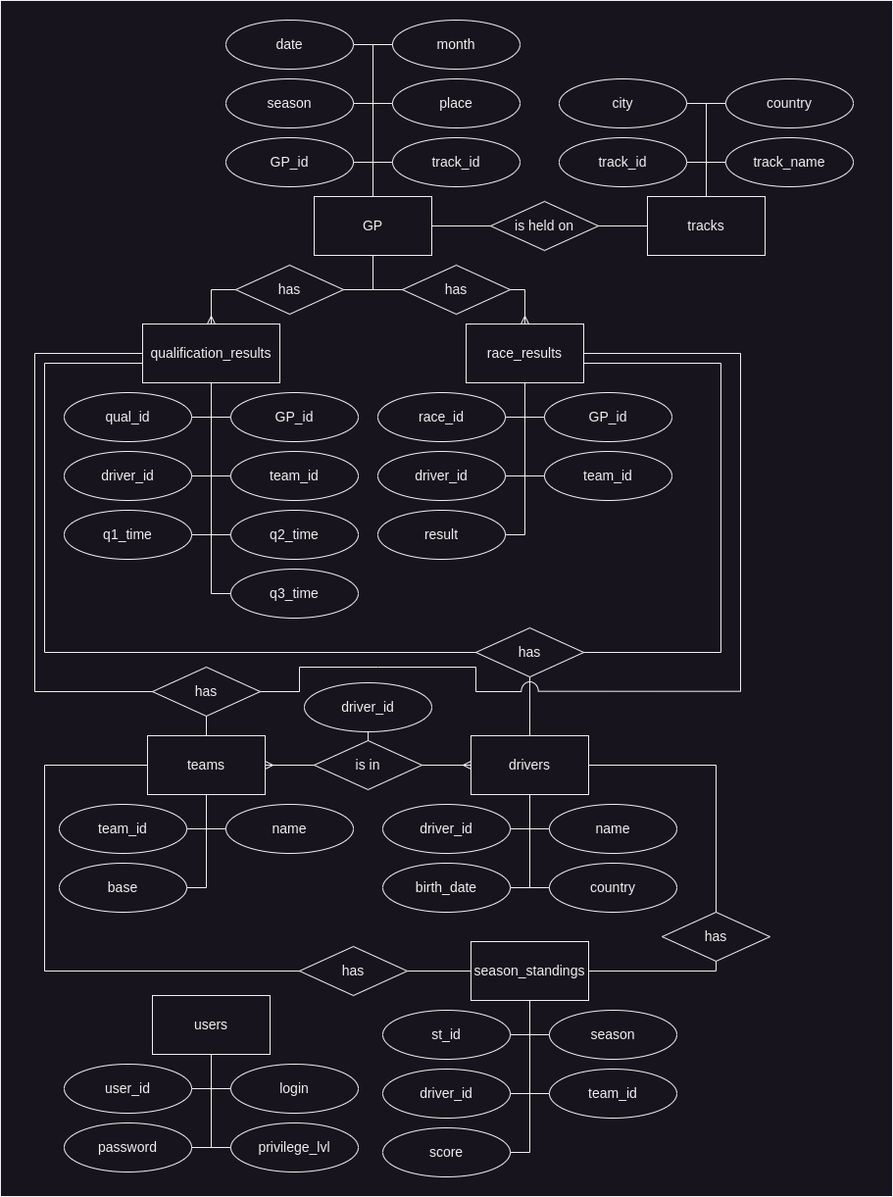
Above: img/ER_new.png in Jarozin/WEB_BMSTU (draw.io), before the change. Source tidied: cells renumbered, new cells last; positions are measured from the earlier drawing's top-left corner, leaving out a move shared by most shapes.
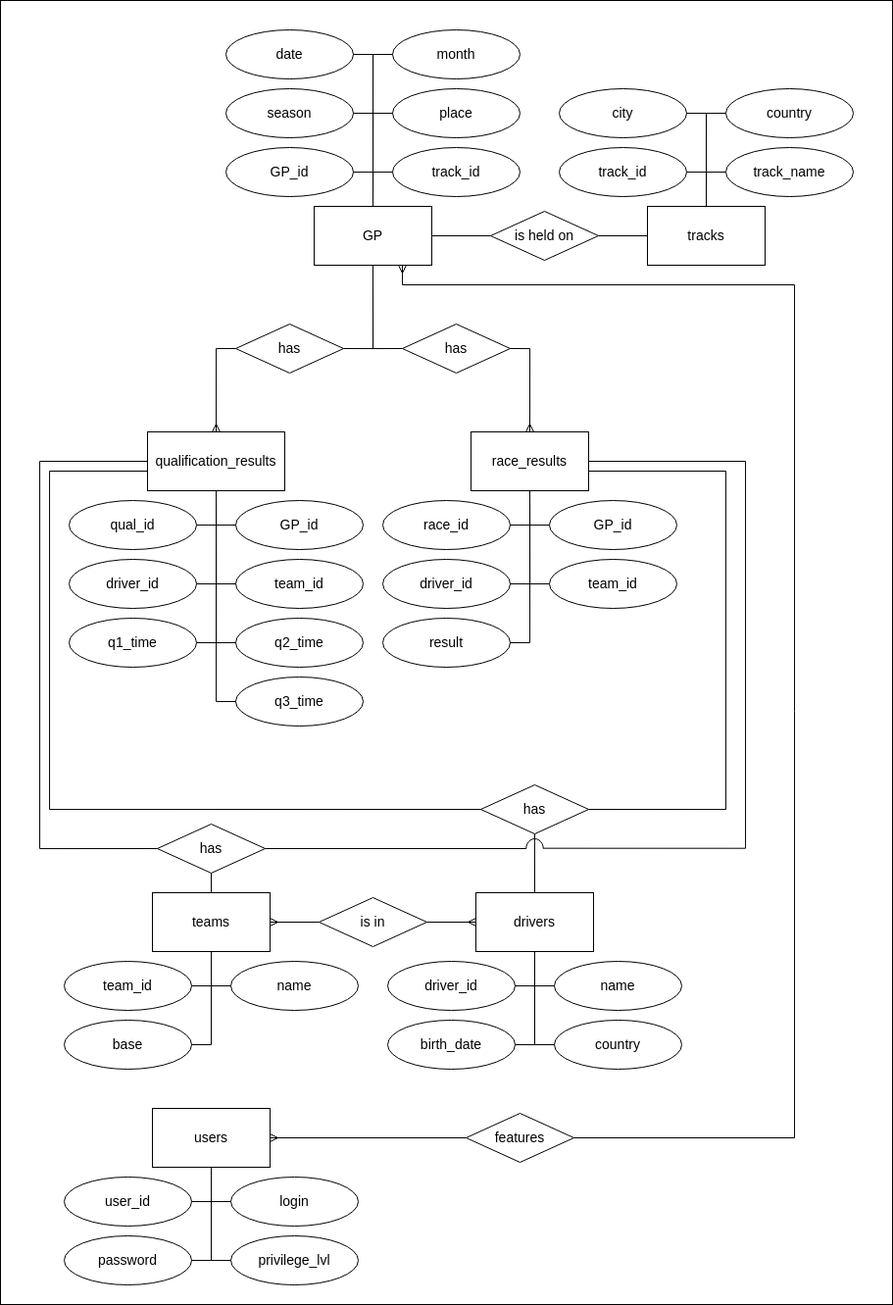
The same file after the commit.

The edit, as a diff of the source:
```diff
@@ -3,31 +3,31 @@
     <mxCell id="0" />
     <mxCell id="1" parent="0" />
     <mxCell id="2" style="rounded=0;whiteSpace=wrap;html=1;" parent="1" vertex="1">
-      <mxGeometry width="910" height="1220" as="geometry" />
+      <mxGeometry x="-5" y="-110" width="910" height="1330" as="geometry" />
     </mxCell>
     <mxCell id="3" style="verticalLabelPosition=bottom;verticalAlign=top;html=1;shape=mxgraph.basic.arc;startAngle=0.7467523907558127;endAngle=0.25;fontSize=14;" parent="1" vertex="1">
-      <mxGeometry x="531.2" y="695" width="17.5" height="20" as="geometry" />
+      <mxGeometry x="531.2" y="745" width="17.5" height="20" as="geometry" />
     </mxCell>
     <mxCell id="4" value="GP" style="rounded=0;whiteSpace=wrap;html=1;fontSize=14;" parent="1" vertex="1">
-      <mxGeometry x="320" y="200" width="120" height="60" as="geometry" />
+      <mxGeometry x="315" y="100" width="120" height="60" as="geometry" />
     </mxCell>
     <mxCell id="5" value="GP_id" style="ellipse;whiteSpace=wrap;html=1;fontSize=14;" parent="1" vertex="1">
-      <mxGeometry x="230" y="140" width="130" height="50" as="geometry" />
+      <mxGeometry x="225" y="40" width="130" height="50" as="geometry" />
     </mxCell>
     <mxCell id="6" value="season" style="ellipse;whiteSpace=wrap;html=1;fontSize=14;" parent="1" vertex="1">
-      <mxGeometry x="230" y="80" width="130" height="50" as="geometry" />
+      <mxGeometry x="225" y="-20" width="130" height="50" as="geometry" />
     </mxCell>
     <mxCell id="7" value="date" style="ellipse;whiteSpace=wrap;html=1;fontSize=14;" parent="1" vertex="1">
-      <mxGeometry x="230" y="20" width="130" height="50" as="geometry" />
+      <mxGeometry x="225" y="-80" width="130" height="50" as="geometry" />
     </mxCell>
     <mxCell id="8" value="month" style="ellipse;whiteSpace=wrap;html=1;fontSize=14;" parent="1" vertex="1">
-      <mxGeometry x="400" y="20" width="130" height="50" as="geometry" />
+      <mxGeometry x="395" y="-80" width="130" height="50" as="geometry" />
     </mxCell>
     <mxCell id="9" value="place" style="ellipse;whiteSpace=wrap;html=1;fontSize=14;" parent="1" vertex="1">
-      <mxGeometry x="400" y="80" width="130" height="50" as="geometry" />
+      <mxGeometry x="395" y="-20" width="130" height="50" as="geometry" />
     </mxCell>
     <mxCell id="10" value="track_id" style="ellipse;whiteSpace=wrap;html=1;fontSize=14;" parent="1" vertex="1">
-      <mxGeometry x="400" y="140" width="130" height="50" as="geometry" />
+      <mxGeometry x="395" y="40" width="130" height="50" as="geometry" />
     </mxCell>
     <mxCell id="11" style="endArrow=none;html=1;rounded=0;fontSize=14;entryX=1;entryY=0.5;entryDx=0;entryDy=0;exitX=0.5;exitY=0;exitDx=0;exitDy=0;edgeStyle=orthogonalEdgeStyle;" parent="1" edge="1" source="4" target="7">
       <mxGeometry relative="1" as="geometry" />
@@ -126,10 +126,10 @@
       <mxGeometry relative="1" as="geometry" />
     </mxCell>
     <mxCell id="43" value="has" style="rhombus;whiteSpace=wrap;html=1;fontSize=14;" parent="1" vertex="1">
-      <mxGeometry x="240" y="270" width="110" height="50" as="geometry" />
+      <mxGeometry x="235" y="220" width="110" height="50" as="geometry" />
     </mxCell>
     <mxCell id="44" value="has" style="rhombus;whiteSpace=wrap;html=1;fontSize=14;" parent="1" vertex="1">
-      <mxGeometry x="410" y="270" width="110" height="50" as="geometry" />
+      <mxGeometry x="405" y="220" width="110" height="50" as="geometry" />
     </mxCell>
     <mxCell id="45" style="edgeStyle=orthogonalEdgeStyle;fontSize=12;html=1;endArrow=ERmany;rounded=0;exitX=0;exitY=0.5;exitDx=0;exitDy=0;entryX=0.5;entryY=0;entryDx=0;entryDy=0;" parent="1" edge="1" source="43" target="17">
       <mxGeometry relative="1" as="geometry" />
@@ -144,19 +144,19 @@
       <mxGeometry relative="1" as="geometry" />
     </mxCell>
     <mxCell id="49" value="tracks" style="rounded=0;whiteSpace=wrap;html=1;fontSize=14;" parent="1" vertex="1">
-      <mxGeometry x="660" y="200" width="120" height="60" as="geometry" />
+      <mxGeometry x="655" y="100" width="120" height="60" as="geometry" />
     </mxCell>
     <mxCell id="50" value="track_id" style="ellipse;whiteSpace=wrap;html=1;fontSize=14;" parent="1" vertex="1">
-      <mxGeometry x="570" y="140" width="130" height="50" as="geometry" />
+      <mxGeometry x="565" y="40" width="130" height="50" as="geometry" />
     </mxCell>
     <mxCell id="51" value="city" style="ellipse;whiteSpace=wrap;html=1;fontSize=14;" parent="1" vertex="1">
-      <mxGeometry x="570" y="80" width="130" height="50" as="geometry" />
+      <mxGeometry x="565" y="-20" width="130" height="50" as="geometry" />
     </mxCell>
     <mxCell id="52" value="country" style="ellipse;whiteSpace=wrap;html=1;fontSize=14;" parent="1" vertex="1">
-      <mxGeometry x="740" y="80" width="130" height="50" as="geometry" />
+      <mxGeometry x="735" y="-20" width="130" height="50" as="geometry" />
     </mxCell>
     <mxCell id="53" value="track_name" style="ellipse;whiteSpace=wrap;html=1;fontSize=14;" parent="1" vertex="1">
-      <mxGeometry x="740" y="140" width="130" height="50" as="geometry" />
+      <mxGeometry x="735" y="40" width="130" height="50" as="geometry" />
     </mxCell>
     <mxCell id="54" style="endArrow=none;html=1;rounded=0;fontSize=14;entryX=0;entryY=0.5;entryDx=0;entryDy=0;exitX=0.5;exitY=0;exitDx=0;exitDy=0;edgeStyle=orthogonalEdgeStyle;" parent="1" edge="1" source="49" target="52">
       <mxGeometry relative="1" as="geometry" />
@@ -171,7 +171,7 @@
       <mxGeometry relative="1" as="geometry" />
     </mxCell>
     <mxCell id="58" value="is held on" style="rhombus;whiteSpace=wrap;html=1;fontSize=14;" parent="1" vertex="1">
-      <mxGeometry x="500" y="205" width="110" height="50" as="geometry" />
+      <mxGeometry x="495" y="105" width="110" height="50" as="geometry" />
     </mxCell>
     <mxCell id="59" style="endArrow=none;html=1;rounded=0;fontSize=14;entryX=0;entryY=0.5;entryDx=0;entryDy=0;exitX=1;exitY=0.5;exitDx=0;exitDy=0;edgeStyle=orthogonalEdgeStyle;" parent="1" edge="1" source="4" target="58">
       <mxGeometry relative="1" as="geometry" />
@@ -180,19 +180,19 @@
       <mxGeometry relative="1" as="geometry" />
     </mxCell>
     <mxCell id="61" value="drivers" style="rounded=0;whiteSpace=wrap;html=1;fontSize=14;" parent="1" vertex="1">
-      <mxGeometry x="480" y="750" width="120" height="60" as="geometry" />
+      <mxGeometry x="480" y="800" width="120" height="60" as="geometry" />
     </mxCell>
     <mxCell id="62" value="birth_date" style="ellipse;whiteSpace=wrap;html=1;fontSize=14;" parent="1" vertex="1">
-      <mxGeometry x="390" y="880" width="130" height="50" as="geometry" />
+      <mxGeometry x="390" y="930" width="130" height="50" as="geometry" />
     </mxCell>
     <mxCell id="63" value="driver_id" style="ellipse;whiteSpace=wrap;html=1;fontSize=14;" parent="1" vertex="1">
-      <mxGeometry x="390" y="820" width="130" height="50" as="geometry" />
+      <mxGeometry x="390" y="870" width="130" height="50" as="geometry" />
     </mxCell>
     <mxCell id="64" value="name" style="ellipse;whiteSpace=wrap;html=1;fontSize=14;" parent="1" vertex="1">
-      <mxGeometry x="560" y="820" width="130" height="50" as="geometry" />
+      <mxGeometry x="560" y="870" width="130" height="50" as="geometry" />
     </mxCell>
     <mxCell id="65" value="country" style="ellipse;whiteSpace=wrap;html=1;fontSize=14;" parent="1" vertex="1">
-      <mxGeometry x="560" y="880" width="130" height="50" as="geometry" />
+      <mxGeometry x="560" y="930" width="130" height="50" as="geometry" />
     </mxCell>
     <mxCell id="66" style="endArrow=none;html=1;rounded=0;fontSize=14;entryX=1;entryY=0.5;entryDx=0;entryDy=0;exitX=0.5;exitY=1;exitDx=0;exitDy=0;edgeStyle=orthogonalEdgeStyle;" parent="1" edge="1" source="61" target="63">
       <mxGeometry relative="1" as="geometry" />
@@ -207,16 +207,16 @@
       <mxGeometry relative="1" as="geometry" />
     </mxCell>
     <mxCell id="70" value="teams" style="rounded=0;whiteSpace=wrap;html=1;fontSize=14;" parent="1" vertex="1">
-      <mxGeometry x="150" y="750" width="120" height="60" as="geometry" />
+      <mxGeometry x="150" y="800" width="120" height="60" as="geometry" />
     </mxCell>
     <mxCell id="71" value="base" style="ellipse;whiteSpace=wrap;html=1;fontSize=14;" parent="1" vertex="1">
-      <mxGeometry x="60" y="880" width="130" height="50" as="geometry" />
+      <mxGeometry x="60" y="930" width="130" height="50" as="geometry" />
     </mxCell>
     <mxCell id="72" value="team_id" style="ellipse;whiteSpace=wrap;html=1;fontSize=14;" parent="1" vertex="1">
-      <mxGeometry x="60" y="820" width="130" height="50" as="geometry" />
+      <mxGeometry x="60" y="870" width="130" height="50" as="geometry" />
     </mxCell>
     <mxCell id="73" value="name" style="ellipse;whiteSpace=wrap;html=1;fontSize=14;" parent="1" vertex="1">
-      <mxGeometry x="230" y="820" width="130" height="50" as="geometry" />
+      <mxGeometry x="230" y="870" width="130" height="50" as="geometry" />
     </mxCell>
     <mxCell id="74" style="endArrow=none;html=1;rounded=0;fontSize=14;entryX=1;entryY=0.5;entryDx=0;entryDy=0;exitX=0.5;exitY=1;exitDx=0;exitDy=0;edgeStyle=orthogonalEdgeStyle;" parent="1" edge="1" source="70" target="72">
       <mxGeometry relative="1" as="geometry" />
@@ -228,7 +228,7 @@
       <mxGeometry relative="1" as="geometry" />
     </mxCell>
     <mxCell id="77" value="is in" style="rhombus;whiteSpace=wrap;html=1;fontSize=14;" parent="1" vertex="1">
-      <mxGeometry x="320" y="755" width="110" height="50" as="geometry" />
+      <mxGeometry x="320" y="805" width="110" height="50" as="geometry" />
     </mxCell>
     <mxCell id="78" style="edgeStyle=orthogonalEdgeStyle;fontSize=12;html=1;endArrow=ERmany;rounded=0;exitX=0;exitY=0.5;exitDx=0;exitDy=0;entryX=1;entryY=0.5;entryDx=0;entryDy=0;" parent="1" edge="1" source="77" target="70">
       <mxGeometry relative="1" as="geometry" />
@@ -237,10 +237,10 @@
       <mxGeometry relative="1" as="geometry" />
     </mxCell>
     <mxCell id="80" value="has" style="rhombus;whiteSpace=wrap;html=1;fontSize=14;" parent="1" vertex="1">
-      <mxGeometry x="155" y="680" width="110" height="50" as="geometry" />
+      <mxGeometry x="155" y="730" width="110" height="50" as="geometry" />
     </mxCell>
     <mxCell id="81" value="has" style="rhombus;whiteSpace=wrap;html=1;fontSize=14;" parent="1" vertex="1">
-      <mxGeometry x="485" y="640" width="110" height="50" as="geometry" />
+      <mxGeometry x="485" y="690" width="110" height="50" as="geometry" />
     </mxCell>
     <mxCell id="82" style="endArrow=none;html=1;rounded=0;fontSize=14;entryX=0.5;entryY=0;entryDx=0;entryDy=0;exitX=0.5;exitY=1;exitDx=0;exitDy=0;edgeStyle=orthogonalEdgeStyle;" parent="1" edge="1" source="80" target="70">
       <mxGeometry relative="1" as="geometry" />
@@ -251,7 +251,7 @@
     <mxCell id="84" style="endArrow=none;html=1;rounded=0;fontSize=14;entryX=0;entryY=0.5;entryDx=0;entryDy=0;exitX=0;exitY=0.5;exitDx=0;exitDy=0;edgeStyle=orthogonalEdgeStyle;" parent="1" edge="1" source="80" target="17">
       <mxGeometry relative="1" as="geometry">
         <Array as="points">
-          <mxPoint x="35" y="705" />
+          <mxPoint x="35" y="755" />
           <mxPoint x="35" y="360" />
         </Array>
       </mxGeometry>
@@ -259,7 +259,7 @@
     <mxCell id="85" style="endArrow=none;html=1;rounded=0;fontSize=14;entryX=0;entryY=0.75;entryDx=0;entryDy=0;exitX=0;exitY=0.5;exitDx=0;exitDy=0;edgeStyle=orthogonalEdgeStyle;" parent="1" edge="1" source="81" target="17">
       <mxGeometry relative="1" as="geometry">
         <Array as="points">
-          <mxPoint x="45" y="665" />
+          <mxPoint x="45" y="715" />
           <mxPoint x="45" y="370" />
           <mxPoint x="145" y="370" />
         </Array>
@@ -270,7 +270,7 @@
         <Array as="points">
           <mxPoint x="595" y="370" />
           <mxPoint x="735" y="370" />
-          <mxPoint x="735" y="665" />
+          <mxPoint x="735" y="715" />
         </Array>
       </mxGeometry>
     </mxCell>
@@ -278,38 +278,30 @@
       <mxGeometry relative="1" as="geometry" />
     </mxCell>
     <mxCell id="88" style="endArrow=none;html=1;rounded=0;fontSize=14;exitX=1;exitY=0.5;exitDx=0;exitDy=0;" parent="1" edge="1" source="80" target="3">
-      <mxGeometry relative="1" as="geometry">
-        <Array as="points">
-          <mxPoint x="305" y="705" />
-          <mxPoint x="305" y="680" />
-          <mxPoint x="385" y="680" />
-          <mxPoint x="485" y="680" />
-          <mxPoint x="485" y="705" />
-        </Array>
-      </mxGeometry>
+      <mxGeometry relative="1" as="geometry" />
     </mxCell>
     <mxCell id="89" style="endArrow=none;html=1;rounded=0;fontSize=14;exitX=1;exitY=0.5;exitDx=0;exitDy=0;edgeStyle=orthogonalEdgeStyle;entryX=0.998;entryY=0.483;entryDx=0;entryDy=0;entryPerimeter=0;" parent="1" edge="1" source="32" target="3">
       <mxGeometry relative="1" as="geometry">
         <Array as="points">
           <mxPoint x="755" y="360" />
-          <mxPoint x="755" y="705" />
+          <mxPoint x="755" y="755" />
         </Array>
       </mxGeometry>
     </mxCell>
     <mxCell id="90" value="users" style="rounded=0;whiteSpace=wrap;html=1;fontSize=14;" parent="1" vertex="1">
-      <mxGeometry x="155" y="1015" width="120" height="60" as="geometry" />
+      <mxGeometry x="150" y="1020" width="120" height="60" as="geometry" />
     </mxCell>
     <mxCell id="91" value="password" style="ellipse;whiteSpace=wrap;html=1;fontSize=14;" parent="1" vertex="1">
-      <mxGeometry x="65" y="1145" width="130" height="50" as="geometry" />
+      <mxGeometry x="60" y="1150" width="130" height="50" as="geometry" />
     </mxCell>
     <mxCell id="92" value="user_id" style="ellipse;whiteSpace=wrap;html=1;fontSize=14;" parent="1" vertex="1">
-      <mxGeometry x="65" y="1085" width="130" height="50" as="geometry" />
+      <mxGeometry x="60" y="1090" width="130" height="50" as="geometry" />
     </mxCell>
     <mxCell id="93" value="login" style="ellipse;whiteSpace=wrap;html=1;fontSize=14;" parent="1" vertex="1">
-      <mxGeometry x="235" y="1085" width="130" height="50" as="geometry" />
+      <mxGeometry x="230" y="1090" width="130" height="50" as="geometry" />
     </mxCell>
     <mxCell id="94" value="privilege_lvl" style="ellipse;whiteSpace=wrap;html=1;fontSize=14;" parent="1" vertex="1">
-      <mxGeometry x="235" y="1145" width="130" height="50" as="geometry" />
+      <mxGeometry x="230" y="1150" width="130" height="50" as="geometry" />
     </mxCell>
     <mxCell id="95" style="endArrow=none;html=1;rounded=0;fontSize=14;entryX=1;entryY=0.5;entryDx=0;entryDy=0;exitX=0.5;exitY=1;exitDx=0;exitDy=0;edgeStyle=orthogonalEdgeStyle;" parent="1" edge="1" source="90" target="92">
       <mxGeometry relative="1" as="geometry" />
@@ -323,67 +315,20 @@
     <mxCell id="98" style="endArrow=none;html=1;rounded=0;fontSize=14;entryX=1;entryY=0.5;entryDx=0;entryDy=0;exitX=0.5;exitY=1;exitDx=0;exitDy=0;edgeStyle=orthogonalEdgeStyle;" parent="1" edge="1" source="90" target="91">
       <mxGeometry relative="1" as="geometry" />
     </mxCell>
-    <mxCell id="99" value="season_standings" style="rounded=0;whiteSpace=wrap;html=1;fontSize=14;" parent="1" vertex="1">
-      <mxGeometry x="480" y="960" width="120" height="60" as="geometry" />
-    </mxCell>
-    <mxCell id="100" value="driver_id" style="ellipse;whiteSpace=wrap;html=1;fontSize=14;" parent="1" vertex="1">
-      <mxGeometry x="390" y="1090" width="130" height="50" as="geometry" />
-    </mxCell>
-    <mxCell id="101" value="st_id" style="ellipse;whiteSpace=wrap;html=1;fontSize=14;" parent="1" vertex="1">
-      <mxGeometry x="390" y="1030" width="130" height="50" as="geometry" />
-    </mxCell>
-    <mxCell id="102" value="season" style="ellipse;whiteSpace=wrap;html=1;fontSize=14;" parent="1" vertex="1">
-      <mxGeometry x="560" y="1030" width="130" height="50" as="geometry" />
-    </mxCell>
-    <mxCell id="103" value="team_id" style="ellipse;whiteSpace=wrap;html=1;fontSize=14;" parent="1" vertex="1">
-      <mxGeometry x="560" y="1090" width="130" height="50" as="geometry" />
-    </mxCell>
-    <mxCell id="104" style="endArrow=none;html=1;rounded=0;fontSize=14;entryX=1;entryY=0.5;entryDx=0;entryDy=0;exitX=0.5;exitY=1;exitDx=0;exitDy=0;edgeStyle=orthogonalEdgeStyle;" parent="1" edge="1" source="99" target="101">
-      <mxGeometry relative="1" as="geometry" />
-    </mxCell>
-    <mxCell id="105" style="endArrow=none;html=1;rounded=0;fontSize=14;entryX=0;entryY=0.5;entryDx=0;entryDy=0;exitX=0.5;exitY=1;exitDx=0;exitDy=0;edgeStyle=orthogonalEdgeStyle;" parent="1" edge="1" source="99" target="102">
-      <mxGeometry relative="1" as="geometry" />
-    </mxCell>
-    <mxCell id="106" style="endArrow=none;html=1;rounded=0;fontSize=14;entryX=0;entryY=0.5;entryDx=0;entryDy=0;exitX=0.5;exitY=1;exitDx=0;exitDy=0;edgeStyle=orthogonalEdgeStyle;" parent="1" edge="1" source="99" target="103">
-      <mxGeometry relative="1" as="geometry" />
-    </mxCell>
-    <mxCell id="107" style="endArrow=none;html=1;rounded=0;fontSize=14;entryX=1;entryY=0.5;entryDx=0;entryDy=0;exitX=0.5;exitY=1;exitDx=0;exitDy=0;edgeStyle=orthogonalEdgeStyle;" parent="1" edge="1" source="99" target="100">
-      <mxGeometry relative="1" as="geometry" />
-    </mxCell>
-    <mxCell id="108" value="score" style="ellipse;whiteSpace=wrap;html=1;fontSize=14;" parent="1" vertex="1">
-      <mxGeometry x="390" y="1150" width="130" height="50" as="geometry" />
-    </mxCell>
-    <mxCell id="109" style="endArrow=none;html=1;rounded=0;fontSize=14;entryX=1;entryY=0.5;entryDx=0;entryDy=0;exitX=0.5;exitY=1;exitDx=0;exitDy=0;edgeStyle=orthogonalEdgeStyle;" parent="1" edge="1" source="99" target="108">
-      <mxGeometry relative="1" as="geometry" />
-    </mxCell>
-    <mxCell id="110" style="endArrow=none;html=1;rounded=0;fontSize=14;entryX=1;entryY=0.5;entryDx=0;entryDy=0;exitX=0.5;exitY=1;exitDx=0;exitDy=0;edgeStyle=orthogonalEdgeStyle;" parent="1" edge="1" source="111" target="99">
-      <mxGeometry relative="1" as="geometry" />
-    </mxCell>
-    <mxCell id="111" value="has" style="rhombus;whiteSpace=wrap;html=1;fontSize=14;" parent="1" vertex="1">
-      <mxGeometry x="675" y="930" width="110" height="50" as="geometry" />
-    </mxCell>
-    <mxCell id="112" style="endArrow=none;html=1;rounded=0;fontSize=14;entryX=1;entryY=0.5;entryDx=0;entryDy=0;exitX=0.5;exitY=0;exitDx=0;exitDy=0;edgeStyle=orthogonalEdgeStyle;" parent="1" edge="1" source="111" target="61">
-      <mxGeometry relative="1" as="geometry" />
-    </mxCell>
-    <mxCell id="113" style="endArrow=none;html=1;rounded=0;fontSize=14;entryX=0;entryY=0.5;entryDx=0;entryDy=0;exitX=1;exitY=0.5;exitDx=0;exitDy=0;edgeStyle=orthogonalEdgeStyle;" parent="1" edge="1" source="114" target="99">
-      <mxGeometry relative="1" as="geometry" />
-    </mxCell>
-    <mxCell id="114" value="has" style="rhombus;whiteSpace=wrap;html=1;fontSize=14;" parent="1" vertex="1">
-      <mxGeometry x="305" y="965" width="110" height="50" as="geometry" />
-    </mxCell>
-    <mxCell id="115" style="endArrow=none;html=1;rounded=0;fontSize=14;entryX=0;entryY=0.5;entryDx=0;entryDy=0;exitX=0;exitY=0.5;exitDx=0;exitDy=0;edgeStyle=orthogonalEdgeStyle;" parent="1" edge="1" source="114" target="70">
-      <mxGeometry relative="1" as="geometry">
-        <Array as="points">
-          <mxPoint x="45" y="990" />
-          <mxPoint x="45" y="780" />
-        </Array>
-      </mxGeometry>
-    </mxCell>
-    <mxCell id="116" value="driver_id" style="ellipse;whiteSpace=wrap;html=1;fontSize=14;" parent="1" vertex="1">
-      <mxGeometry x="310" y="696" width="130" height="50" as="geometry" />
-    </mxCell>
-    <mxCell id="117" style="endArrow=none;html=1;rounded=0;entryX=0.5;entryY=1;entryDx=0;entryDy=0;exitX=0.5;exitY=0;exitDx=0;exitDy=0;" parent="1" edge="1" source="77" target="116">
-      <mxGeometry relative="1" as="geometry" />
-    </mxCell>
+    <mxCell id="118" style="edgeStyle=orthogonalEdgeStyle;rounded=0;jettySize=auto;html=1;endArrow=none;endFill=0;startArrow=ERmany;startFill=0;entryX=0;entryY=0.5;entryDx=0;entryDy=0;" parent="1" edge="1" source="90" target="119">
+      <mxGeometry relative="1" as="geometry" />
+    </mxCell>
+    <mxCell id="119" value="features" style="rhombus;whiteSpace=wrap;html=1;fontSize=14;" parent="1" vertex="1">
+      <mxGeometry x="470" y="1025" width="110" height="50" as="geometry" />
+    </mxCell>
+    <mxCell id="120" style="edgeStyle=orthogonalEdgeStyle;fontSize=12;html=1;endArrow=ERmany;rounded=0;entryX=0.75;entryY=1;entryDx=0;entryDy=0;" parent="1" edge="1" source="119" target="4">
+      <mxGeometry relative="1" as="geometry">
+        <Array as="points">
+          <mxPoint x="805" y="1050" />
+          <mxPoint x="805" y="180" />
+          <mxPoint x="405" y="180" />
+        </Array>
+      </mxGeometry>
+    </mxCell>
   </root>
 </mxGraphModel>
```
